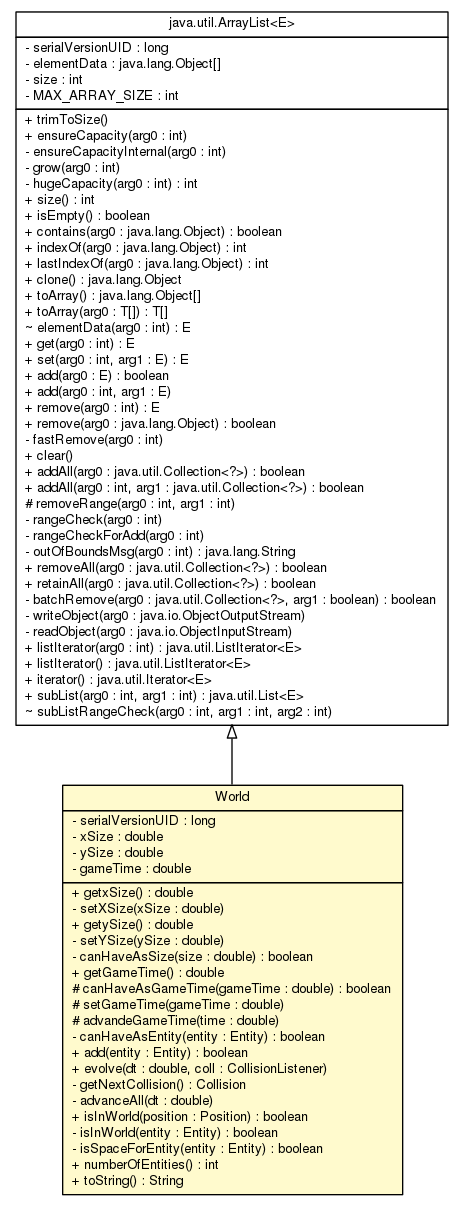
sinopeus/asteroids keeps this Graphviz diagram as doc/world/World.png. Above is the earlier version. Its source is kept beside it as doc/world/World.dot.
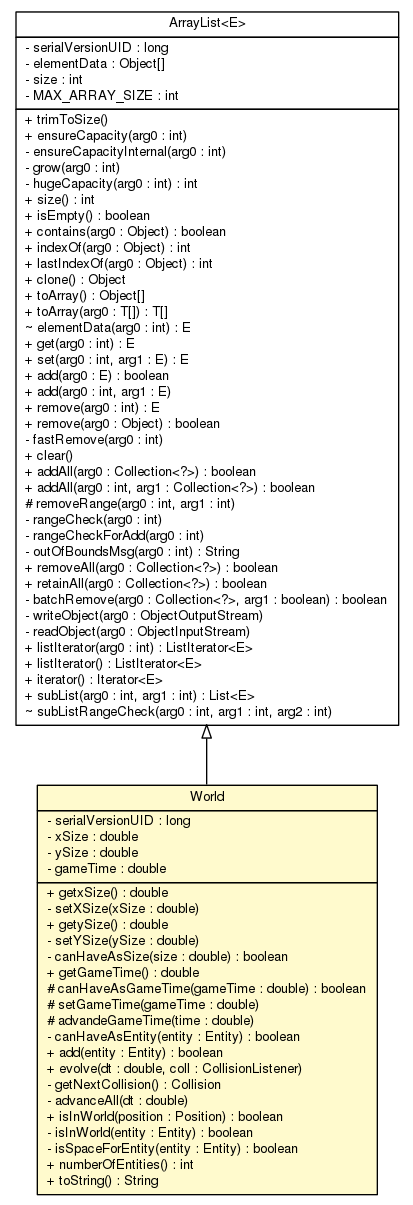
After the change.

What changed in the source:
```diff
@@ -39,11 +39,11 @@
 	c17921:p -> c17895:p [dir=back,arrowtail=empty];
 	c17921 [label=<<table title="java.util.ArrayList" border="0" cellborder="1" cellspacing="0" cellpadding="2" port="p" href="http://java.sun.com/j2se/1.4.2/docs/api/java/util/ArrayList.html">
 		<tr><td><table border="0" cellspacing="0" cellpadding="1">
-<tr><td align="center" balign="center"> java.util.ArrayList&lt;E&gt; </td></tr>
+<tr><td align="center" balign="center"> ArrayList&lt;E&gt; </td></tr>
 		</table></td></tr>
 		<tr><td><table border="0" cellspacing="0" cellpadding="1">
 <tr><td align="left" balign="left"> - serialVersionUID : long </td></tr>
-<tr><td align="left" balign="left"> - elementData : java.lang.Object[] </td></tr>
+<tr><td align="left" balign="left"> - elementData : Object[] </td></tr>
 <tr><td align="left" balign="left"> - size : int </td></tr>
 <tr><td align="left" balign="left"> - MAX_ARRAY_SIZE : int </td></tr>
 		</table></td></tr>
@@ -55,11 +55,11 @@
 <tr><td align="left" balign="left"> - hugeCapacity(arg0 : int) : int </td></tr>
 <tr><td align="left" balign="left"> + size() : int </td></tr>
 <tr><td align="left" balign="left"> + isEmpty() : boolean </td></tr>
-<tr><td align="left" balign="left"> + contains(arg0 : java.lang.Object) : boolean </td></tr>
-<tr><td align="left" balign="left"> + indexOf(arg0 : java.lang.Object) : int </td></tr>
-<tr><td align="left" balign="left"> + lastIndexOf(arg0 : java.lang.Object) : int </td></tr>
-<tr><td align="left" balign="left"> + clone() : java.lang.Object </td></tr>
-<tr><td align="left" balign="left"> + toArray() : java.lang.Object[] </td></tr>
+<tr><td align="left" balign="left"> + contains(arg0 : Object) : boolean </td></tr>
+<tr><td align="left" balign="left"> + indexOf(arg0 : Object) : int </td></tr>
+<tr><td align="left" balign="left"> + lastIndexOf(arg0 : Object) : int </td></tr>
+<tr><td align="left" balign="left"> + clone() : Object </td></tr>
+<tr><td align="left" balign="left"> + toArray() : Object[] </td></tr>
 <tr><td align="left" balign="left"> + toArray(arg0 : T[]) : T[] </td></tr>
 <tr><td align="left" balign="left"> ~ elementData(arg0 : int) : E </td></tr>
 <tr><td align="left" balign="left"> + get(arg0 : int) : E </td></tr>
@@ -67,24 +67,24 @@
 <tr><td align="left" balign="left"> + add(arg0 : E) : boolean </td></tr>
 <tr><td align="left" balign="left"> + add(arg0 : int, arg1 : E) </td></tr>
 <tr><td align="left" balign="left"> + remove(arg0 : int) : E </td></tr>
-<tr><td align="left" balign="left"> + remove(arg0 : java.lang.Object) : boolean </td></tr>
+<tr><td align="left" balign="left"> + remove(arg0 : Object) : boolean </td></tr>
 <tr><td align="left" balign="left"> - fastRemove(arg0 : int) </td></tr>
 <tr><td align="left" balign="left"> + clear() </td></tr>
-<tr><td align="left" balign="left"> + addAll(arg0 : java.util.Collection&lt;?&gt;) : boolean </td></tr>
-<tr><td align="left" balign="left"> + addAll(arg0 : int, arg1 : java.util.Collection&lt;?&gt;) : boolean </td></tr>
+<tr><td align="left" balign="left"> + addAll(arg0 : Collection&lt;?&gt;) : boolean </td></tr>
+<tr><td align="left" balign="left"> + addAll(arg0 : int, arg1 : Collection&lt;?&gt;) : boolean </td></tr>
 <tr><td align="left" balign="left"> # removeRange(arg0 : int, arg1 : int) </td></tr>
 <tr><td align="left" balign="left"> - rangeCheck(arg0 : int) </td></tr>
 <tr><td align="left" balign="left"> - rangeCheckForAdd(arg0 : int) </td></tr>
-<tr><td align="left" balign="left"> - outOfBoundsMsg(arg0 : int) : java.lang.String </td></tr>
-<tr><td align="left" balign="left"> + removeAll(arg0 : java.util.Collection&lt;?&gt;) : boolean </td></tr>
-<tr><td align="left" balign="left"> + retainAll(arg0 : java.util.Collection&lt;?&gt;) : boolean </td></tr>
-<tr><td align="left" balign="left"> - batchRemove(arg0 : java.util.Collection&lt;?&gt;, arg1 : boolean) : boolean </td></tr>
-<tr><td align="left" balign="left"> - writeObject(arg0 : java.io.ObjectOutputStream) </td></tr>
-<tr><td align="left" balign="left"> - readObject(arg0 : java.io.ObjectInputStream) </td></tr>
-<tr><td align="left" balign="left"> + listIterator(arg0 : int) : java.util.ListIterator&lt;E&gt; </td></tr>
-<tr><td align="left" balign="left"> + listIterator() : java.util.ListIterator&lt;E&gt; </td></tr>
-<tr><td align="left" balign="left"> + iterator() : java.util.Iterator&lt;E&gt; </td></tr>
-<tr><td align="left" balign="left"> + subList(arg0 : int, arg1 : int) : java.util.List&lt;E&gt; </td></tr>
+<tr><td align="left" balign="left"> - outOfBoundsMsg(arg0 : int) : String </td></tr>
+<tr><td align="left" balign="left"> + removeAll(arg0 : Collection&lt;?&gt;) : boolean </td></tr>
+<tr><td align="left" balign="left"> + retainAll(arg0 : Collection&lt;?&gt;) : boolean </td></tr>
+<tr><td align="left" balign="left"> - batchRemove(arg0 : Collection&lt;?&gt;, arg1 : boolean) : boolean </td></tr>
+<tr><td align="left" balign="left"> - writeObject(arg0 : ObjectOutputStream) </td></tr>
+<tr><td align="left" balign="left"> - readObject(arg0 : ObjectInputStream) </td></tr>
+<tr><td align="left" balign="left"> + listIterator(arg0 : int) : ListIterator&lt;E&gt; </td></tr>
+<tr><td align="left" balign="left"> + listIterator() : ListIterator&lt;E&gt; </td></tr>
+<tr><td align="left" balign="left"> + iterator() : Iterator&lt;E&gt; </td></tr>
+<tr><td align="left" balign="left"> + subList(arg0 : int, arg1 : int) : List&lt;E&gt; </td></tr>
 <tr><td align="left" balign="left"> ~ subListRangeCheck(arg0 : int, arg1 : int, arg2 : int) </td></tr>
 		</table></td></tr>
 		</table>>, URL="http://java.sun.com/j2se/1.4.2/docs/api/java/util/ArrayList.html", fontname="Helvetica", fontcolor="black", fontsize=10.0];
```
